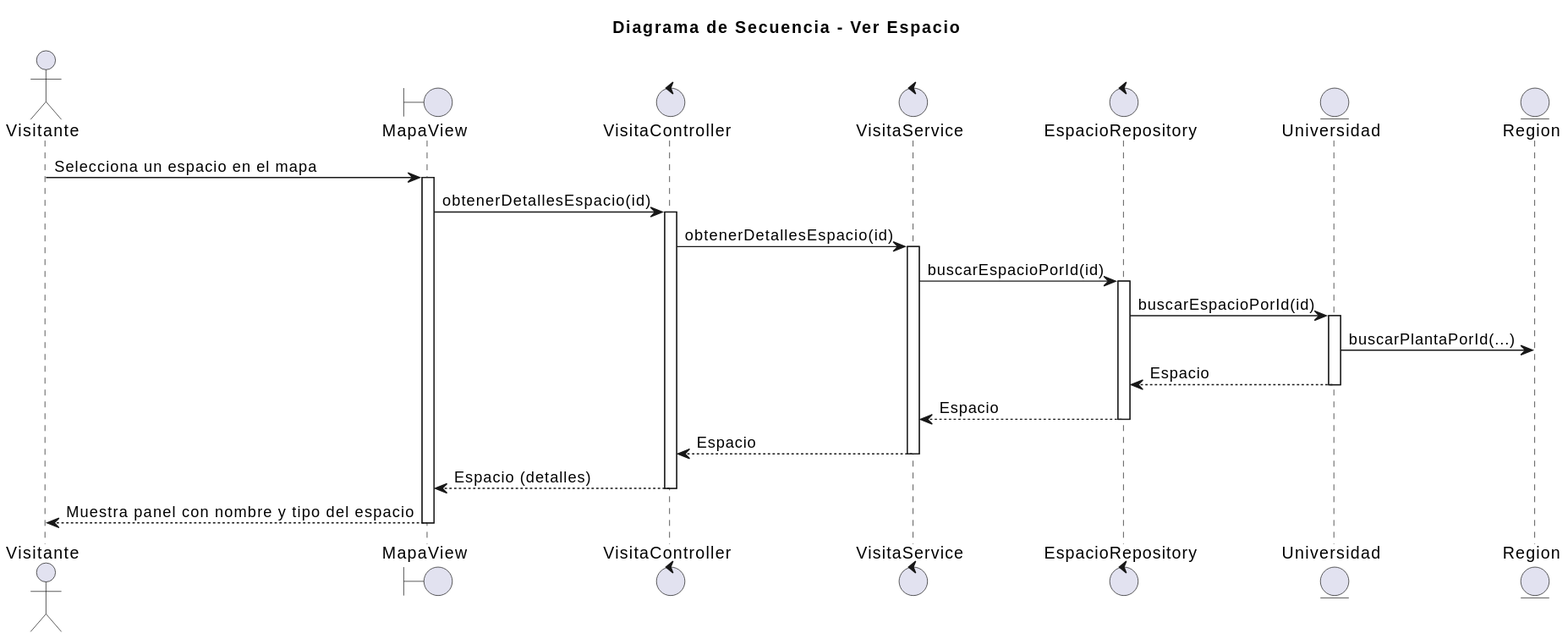
Above: images/02-diseño/01-Visitante/verEspacio/verEspacio.svg in mmasias/25-26-idsw2-sdVC (PlantUML), before the change.
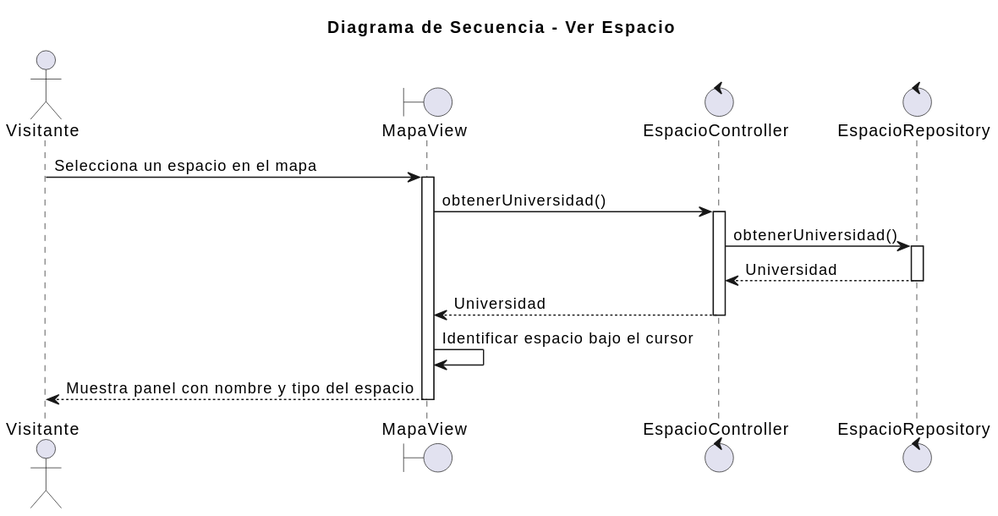
Above is the later version.

The edit, as a diff of the source:
```diff
@@ -3,31 +3,20 @@
 
 actor "Visitante" as visitor
 boundary "MapaView" as view
-control "VisitaController" as controller
-control "VisitaService" as service
+control "EspacioController" as controller
 control "EspacioRepository" as repository
-entity "Universidad" as uni
-entity "Region" as reg
 
 visitor -> view: Selecciona un espacio en el mapa
 activate view
-view -> controller: obtenerDetallesEspacio(id)
+view -> controller: obtenerUniversidad()
 activate controller
-controller -> service: obtenerDetallesEspacio(id)
-activate service
-service -> repository: buscarEspacioPorId(id)
+controller -> repository: obtenerUniversidad()
 activate repository
-repository -> uni: buscarEspacioPorId(id)
-activate uni
-uni -> reg: buscarPlantaPorId(...)
-uni --> repository: Espacio
-deactivate uni
-repository --> service: Espacio
+repository --> controller: Universidad
 deactivate repository
-service --> controller: Espacio
-deactivate service
-controller --> view: Espacio (detalles)
+controller --> view: Universidad
 deactivate controller
+view -> view: Identificar espacio bajo el cursor
 view --> visitor: Muestra panel con nombre y tipo del espacio
 deactivate view
 @enduml
```
